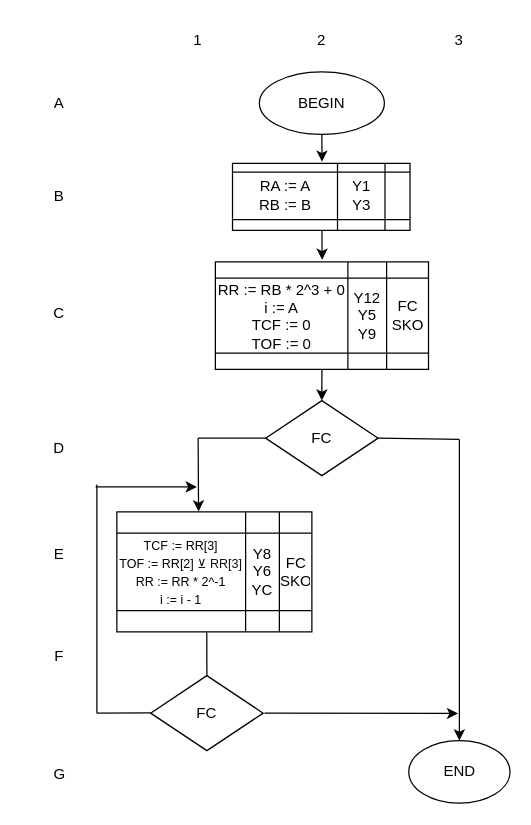
Above: sdvig_2_M_modified.drawio in TimurQQ/Workshop (draw.io), before the change. Source tidied: cells renumbered, new cells numbered last; positions are measured from the earlier drawing's top-left corner, leaving out a move shared by most shapes. Both pictures are drawn from the tidied source at 125%, with x=0, y=0 at pixel (21, 21).
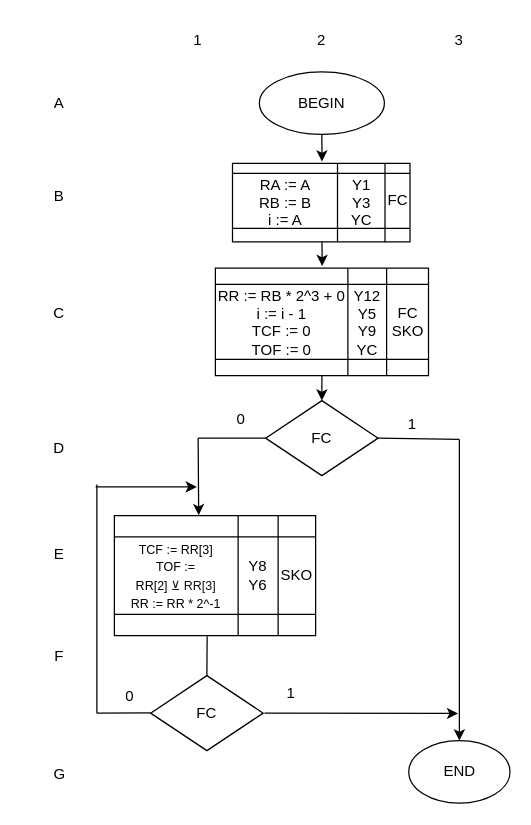
After the change.

Unchanged cells that the change refers to:
```xml
<mxCell id="42" style="shape=tableRow;horizontal=0;startSize=0;swimlaneHead=0;swimlaneBody=0;top=0;left=0;bottom=0;right=0;fillColor=none;" parent="37" vertex="1">
  <mxGeometry y="13" width="170.5" height="60" as="geometry" />
</mxCell>
```

Change to the diagram source:
```diff
@@
     <mxCell id="24" style="shape=table;html=1;whiteSpace=wrap;startSize=0;childLayout=tableLayout;" parent="1" vertex="1">
-      <mxGeometry x="168.5" y="113.2" width="142" height="53.5" as="geometry" />
+      <mxGeometry x="168.5" y="113.2" width="142" height="62.8" as="geometry" />
     </mxCell>
     <mxCell id="25" style="shape=tableRow;horizontal=0;startSize=0;swimlaneHead=0;swimlaneBody=0;top=0;left=0;bottom=0;right=0;fillColor=none;points=[[0,0.5],[1,0.5]];portConstraint=eastwest;" parent="24" vertex="1">
-      <mxGeometry width="142" height="7" as="geometry" />
+      <mxGeometry width="142" height="8" as="geometry" />
     </mxCell>
     <mxCell id="26" style="shape=partialRectangle;html=1;whiteSpace=wrap;fillColor=none;top=0;left=0;bottom=0;right=0;overflow=hidden;" parent="25" vertex="1">
-      <mxGeometry width="84" height="7" as="geometry" />
+      <mxGeometry width="84" height="8" as="geometry" />
     </mxCell>
     <mxCell id="27" style="shape=partialRectangle;html=1;whiteSpace=wrap;fillColor=none;top=0;left=0;bottom=0;right=0;overflow=hidden;" parent="25" vertex="1">
-      <mxGeometry x="84" width="38" height="7" as="geometry" />
+      <mxGeometry x="84" width="38" height="8" as="geometry" />
     </mxCell>
     <mxCell id="28" style="shape=partialRectangle;html=1;whiteSpace=wrap;fillColor=none;top=0;left=0;bottom=0;right=0;overflow=hidden;" parent="25" vertex="1">
-      <mxGeometry x="122" width="20" height="7" as="geometry" />
+      <mxGeometry x="122" width="20" height="8" as="geometry" />
     </mxCell>
     <mxCell id="29" style="shape=tableRow;horizontal=0;startSize=0;swimlaneHead=0;swimlaneBody=0;top=0;left=0;bottom=0;right=0;fillColor=none;" parent="24" vertex="1">
-      <mxGeometry y="7" width="142" height="38" as="geometry" />
+      <mxGeometry y="8" width="142" height="44" as="geometry" />
     </mxCell>
-    <mxCell id="30" value="&lt;span&gt;RA := A&lt;/span&gt;&lt;br&gt;&lt;span&gt;RB := B&lt;/span&gt;" style="shape=partialRectangle;html=1;whiteSpace=wrap;fillColor=none;top=0;left=0;bottom=0;right=0;overflow=hidden;" parent="29" vertex="1">
-      <mxGeometry width="84" height="38" as="geometry" />
+    <mxCell id="30" value="&lt;span&gt;RA := A&lt;/span&gt;&lt;br&gt;&lt;span&gt;RB := B&lt;br&gt;i := A&lt;br&gt;&lt;/span&gt;" style="shape=partialRectangle;html=1;whiteSpace=wrap;fillColor=none;top=0;left=0;bottom=0;right=0;overflow=hidden;" parent="29" vertex="1">
+      <mxGeometry width="84" height="44" as="geometry" />
     </mxCell>
-    <mxCell id="31" value="Y1&lt;br&gt;Y3" style="shape=partialRectangle;html=1;whiteSpace=wrap;fillColor=none;top=0;left=0;bottom=0;right=0;overflow=hidden;" parent="29" vertex="1">
-      <mxGeometry x="84" width="38" height="38" as="geometry" />
+    <mxCell id="31" value="Y1&lt;br&gt;Y3&lt;br&gt;YC" style="shape=partialRectangle;html=1;whiteSpace=wrap;fillColor=none;top=0;left=0;bottom=0;right=0;overflow=hidden;" parent="29" vertex="1">
+      <mxGeometry x="84" width="38" height="44" as="geometry" />
     </mxCell>
-    <mxCell id="32" style="shape=partialRectangle;html=1;whiteSpace=wrap;fillColor=none;top=0;left=0;bottom=0;right=0;overflow=hidden;" parent="29" vertex="1">
-      <mxGeometry x="122" width="20" height="38" as="geometry" />
+    <mxCell id="32" value="FC" style="shape=partialRectangle;html=1;whiteSpace=wrap;fillColor=none;top=0;left=0;bottom=0;right=0;overflow=hidden;" parent="29" vertex="1">
+      <mxGeometry x="122" width="20" height="44" as="geometry" />
     </mxCell>
     <mxCell id="33" style="shape=tableRow;horizontal=0;startSize=0;swimlaneHead=0;swimlaneBody=0;top=0;left=0;bottom=0;right=0;fillColor=none;" parent="24" vertex="1">
-      <mxGeometry y="45" width="142" height="9" as="geometry" />
+      <mxGeometry y="52" width="142" height="11" as="geometry" />
     </mxCell>
     <mxCell id="34" style="shape=partialRectangle;html=1;whiteSpace=wrap;fillColor=none;top=0;left=0;bottom=0;right=0;overflow=hidden;" parent="33" vertex="1">
-      <mxGeometry width="84" height="9" as="geometry" />
+      <mxGeometry width="84" height="11" as="geometry" />
     </mxCell>
     <mxCell id="35" style="shape=partialRectangle;html=1;whiteSpace=wrap;fillColor=none;top=0;left=0;bottom=0;right=0;overflow=hidden;" parent="33" vertex="1">
-      <mxGeometry x="84" width="38" height="9" as="geometry" />
+      <mxGeometry x="84" width="38" height="11" as="geometry" />
     </mxCell>
     <mxCell id="36" style="shape=partialRectangle;html=1;whiteSpace=wrap;fillColor=none;top=0;left=0;bottom=0;right=0;overflow=hidden;" parent="33" vertex="1">
-      <mxGeometry x="122" width="20" height="9" as="geometry" />
+      <mxGeometry x="122" width="20" height="11" as="geometry" />
     </mxCell>
     <mxCell id="37" style="shape=table;html=1;whiteSpace=wrap;startSize=0;childLayout=tableLayout;" parent="1" vertex="1">
-      <mxGeometry x="154.8" y="192" width="170.5" height="86" as="geometry" />
+      <mxGeometry x="154.8" y="197" width="170.5" height="86" as="geometry" />
     </mxCell>
@@
-    <mxCell id="43" value="&lt;span&gt;RR := RB * 2^3 + 0&lt;/span&gt;&lt;br&gt;&lt;span&gt;i := A&lt;br&gt;&lt;/span&gt;TCF := 0&lt;br&gt;TOF := 0&lt;span&gt;&lt;br&gt;&lt;/span&gt;" style="shape=partialRectangle;html=1;whiteSpace=wrap;fillColor=none;top=0;left=0;bottom=0;right=0;overflow=hidden;" parent="42" vertex="1">
+    <mxCell id="43" value="&lt;span&gt;RR := RB * 2^3 + 0&lt;/span&gt;&lt;br&gt;&lt;span&gt;i := i - 1&lt;br&gt;&lt;/span&gt;TCF := 0&lt;br&gt;TOF := 0&lt;span&gt;&lt;br&gt;&lt;/span&gt;" style="shape=partialRectangle;html=1;whiteSpace=wrap;fillColor=none;top=0;left=0;bottom=0;right=0;overflow=hidden;" parent="42" vertex="1">
       <mxGeometry width="106" height="60" as="geometry" />
     </mxCell>
-    <mxCell id="44" value="Y12&lt;br&gt;Y5&lt;br&gt;Y9" style="shape=partialRectangle;html=1;whiteSpace=wrap;fillColor=none;top=0;left=0;bottom=0;right=0;overflow=hidden;" parent="42" vertex="1">
+    <mxCell id="44" value="Y12&lt;br&gt;Y5&lt;br&gt;Y9&lt;br&gt;YC" style="shape=partialRectangle;html=1;whiteSpace=wrap;fillColor=none;top=0;left=0;bottom=0;right=0;overflow=hidden;" parent="42" vertex="1">
       <mxGeometry x="106" width="31" height="60" as="geometry" />
     </mxCell>
@@
     <mxCell id="50" style="shape=table;html=1;whiteSpace=wrap;startSize=0;childLayout=tableLayout;" parent="1" vertex="1">
-      <mxGeometry x="76" y="392" width="156" height="96" as="geometry" />
+      <mxGeometry x="74" y="395" width="161" height="96" as="geometry" />
     </mxCell>
     <mxCell id="51" style="shape=tableRow;horizontal=0;startSize=0;swimlaneHead=0;swimlaneBody=0;top=0;left=0;bottom=0;right=0;fillColor=none;points=[[0,0.5],[1,0.5]];portConstraint=eastwest;" parent="50" vertex="1">
-      <mxGeometry width="156" height="17" as="geometry" />
+      <mxGeometry width="161" height="17" as="geometry" />
     </mxCell>
     <mxCell id="52" style="shape=partialRectangle;html=1;whiteSpace=wrap;fillColor=none;top=0;left=0;bottom=0;right=0;overflow=hidden;" parent="51" vertex="1">
-      <mxGeometry width="103" height="17" as="geometry" />
+      <mxGeometry width="99" height="17" as="geometry" />
     </mxCell>
     <mxCell id="53" style="shape=partialRectangle;html=1;whiteSpace=wrap;fillColor=none;top=0;left=0;bottom=0;right=0;overflow=hidden;" parent="51" vertex="1">
-      <mxGeometry x="103" width="27" height="17" as="geometry" />
+      <mxGeometry x="99" width="32" height="17" as="geometry" />
     </mxCell>
     <mxCell id="54" style="shape=partialRectangle;html=1;whiteSpace=wrap;fillColor=none;top=0;left=0;bottom=0;right=0;overflow=hidden;" parent="51" vertex="1">
-      <mxGeometry x="130" width="26" height="17" as="geometry" />
+      <mxGeometry x="131" width="30" height="17" as="geometry" />
     </mxCell>
     <mxCell id="55" style="shape=tableRow;horizontal=0;startSize=0;swimlaneHead=0;swimlaneBody=0;top=0;left=0;bottom=0;right=0;fillColor=none;" parent="50" vertex="1">
-      <mxGeometry y="17" width="156" height="62" as="geometry" />
+      <mxGeometry y="17" width="161" height="62" as="geometry" />
     </mxCell>
-    <mxCell id="56" value="&lt;font style=&quot;font-size: 10px&quot;&gt;&lt;span&gt;TCF := RR[3]&lt;/span&gt;&lt;br&gt;&lt;span&gt;TOF := RR[2]&amp;nbsp;&lt;/span&gt;&lt;span style=&quot;color: rgb(17 , 17 , 17) ; background-color: rgb(255 , 255 , 255)&quot;&gt;&lt;font face=&quot;u2000&quot;&gt;⊻&amp;nbsp;&lt;/font&gt;RR[3]&lt;br&gt;&lt;/span&gt;RR := RR * 2^-1&lt;br&gt;i := i - 1&lt;span style=&quot;color: rgb(17 , 17 , 17) ; background-color: rgb(255 , 255 , 255)&quot;&gt;&lt;br&gt;&lt;/span&gt;&lt;/font&gt;" style="shape=partialRectangle;html=1;whiteSpace=wrap;fillColor=none;top=0;left=0;bottom=0;right=0;overflow=hidden;" parent="55" vertex="1">
-      <mxGeometry width="103" height="62" as="geometry" />
+    <mxCell id="56" value="&lt;font style=&quot;font-size: 10px&quot;&gt;&lt;span&gt;TCF := RR[3]&lt;/span&gt;&lt;br&gt;&lt;span&gt;TOF := RR[2]&amp;nbsp;&lt;/span&gt;&lt;span style=&quot;color: rgb(17 , 17 , 17) ; background-color: rgb(255 , 255 , 255)&quot;&gt;&lt;font face=&quot;u2000&quot;&gt;⊻&amp;nbsp;&lt;/font&gt;RR[3]&lt;br&gt;&lt;/span&gt;RR := RR * 2^-1&lt;span style=&quot;color: rgb(17 , 17 , 17) ; background-color: rgb(255 , 255 , 255)&quot;&gt;&lt;br&gt;&lt;/span&gt;&lt;/font&gt;" style="shape=partialRectangle;html=1;whiteSpace=wrap;fillColor=none;top=0;left=0;bottom=0;right=0;overflow=hidden;" parent="55" vertex="1">
+      <mxGeometry width="99" height="62" as="geometry" />
     </mxCell>
-    <mxCell id="57" value="Y8&lt;br&gt;Y6&lt;br&gt;YC" style="shape=partialRectangle;html=1;whiteSpace=wrap;fillColor=none;top=0;left=0;bottom=0;right=0;overflow=hidden;" parent="55" vertex="1">
-      <mxGeometry x="103" width="27" height="62" as="geometry" />
+    <mxCell id="57" value="Y8&lt;br&gt;Y6" style="shape=partialRectangle;html=1;whiteSpace=wrap;fillColor=none;top=0;left=0;bottom=0;right=0;overflow=hidden;" parent="55" vertex="1">
+      <mxGeometry x="99" width="32" height="62" as="geometry" />
     </mxCell>
-    <mxCell id="58" value="FC&lt;br&gt;SKO" style="shape=partialRectangle;html=1;whiteSpace=wrap;fillColor=none;top=0;left=0;bottom=0;right=0;overflow=hidden;" parent="55" vertex="1">
-      <mxGeometry x="130" width="26" height="62" as="geometry" />
+    <mxCell id="58" value="SKO" style="shape=partialRectangle;html=1;whiteSpace=wrap;fillColor=none;top=0;left=0;bottom=0;right=0;overflow=hidden;" parent="55" vertex="1">
+      <mxGeometry x="131" width="30" height="62" as="geometry" />
     </mxCell>
     <mxCell id="59" style="shape=tableRow;horizontal=0;startSize=0;swimlaneHead=0;swimlaneBody=0;top=0;left=0;bottom=0;right=0;fillColor=none;" parent="50" vertex="1">
-      <mxGeometry y="79" width="156" height="17" as="geometry" />
+      <mxGeometry y="79" width="161" height="17" as="geometry" />
     </mxCell>
     <mxCell id="60" style="shape=partialRectangle;html=1;whiteSpace=wrap;fillColor=none;top=0;left=0;bottom=0;right=0;overflow=hidden;" parent="59" vertex="1">
-      <mxGeometry width="103" height="17" as="geometry" />
+      <mxGeometry width="99" height="17" as="geometry" />
     </mxCell>
     <mxCell id="61" style="shape=partialRectangle;html=1;whiteSpace=wrap;fillColor=none;top=0;left=0;bottom=0;right=0;overflow=hidden;" parent="59" vertex="1">
-      <mxGeometry x="103" width="27" height="17" as="geometry" />
+      <mxGeometry x="99" width="32" height="17" as="geometry" />
     </mxCell>
     <mxCell id="62" style="shape=partialRectangle;html=1;whiteSpace=wrap;fillColor=none;top=0;left=0;bottom=0;right=0;overflow=hidden;" parent="59" vertex="1">
-      <mxGeometry x="130" width="26" height="17" as="geometry" />
+      <mxGeometry x="131" width="30" height="17" as="geometry" />
     </mxCell>
@@
+    <mxCell id="67" value="1" style="text;html=1;align=center;verticalAlign=middle;strokeColor=none;fillColor=none;" parent="1" vertex="1">
+      <mxGeometry x="303" y="313" width="17" height="18" as="geometry" />
+    </mxCell>
+    <mxCell id="68" value="0" style="text;html=1;align=center;verticalAlign=middle;strokeColor=none;fillColor=none;" parent="1" vertex="1">
+      <mxGeometry x="166" y="309" width="17" height="18" as="geometry" />
+    </mxCell>
+    <mxCell id="69" value="1" style="text;html=1;align=center;verticalAlign=middle;strokeColor=none;fillColor=none;" parent="1" vertex="1">
+      <mxGeometry x="206" y="528" width="17" height="18" as="geometry" />
+    </mxCell>
+    <mxCell id="70" value="0" style="text;html=1;align=center;verticalAlign=middle;strokeColor=none;fillColor=none;" parent="1" vertex="1">
+      <mxGeometry x="77" y="531" width="17" height="18" as="geometry" />
+    </mxCell>
```
